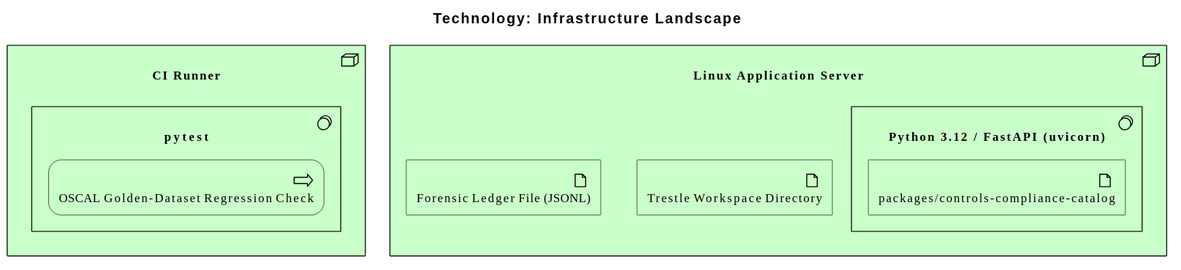
This is architecture/model/diagrams/technology/landscape.svg from wolffy-au/frictionless-architect, a PlantUML export, as it was before one commit. Source of this version:
```plantuml
@startuml
!include <archimate/Archimate>

title Technology: Infrastructure Landscape

Technology_Node(e_ida2b7d071930453, "CI Runner") {
  Technology_SystemSoftware(e_id32ef66e0cc7a59, "pytest") {
    Technology_Process(e_id2f83bc5585b95c, "OSCAL Golden-Dataset Regression Check")
  }
}
Technology_Node(e_id87c8b07cea4751, "Linux Application Server") {
  Technology_Artifact(e_id1ae7a35dbecd59, "Trestle Workspace Directory")
  Technology_Artifact(e_id100dd210f7455d, "Forensic Ledger File (JSONL)")
  Technology_SystemSoftware(e_ida1d9ee28fe8258, "Python 3.12 / FastAPI (uvicorn)") {
    Technology_Artifact(e_idfcb391a9833b5b, "packages/controls-compliance-catalog")
  }
}
@enduml
```
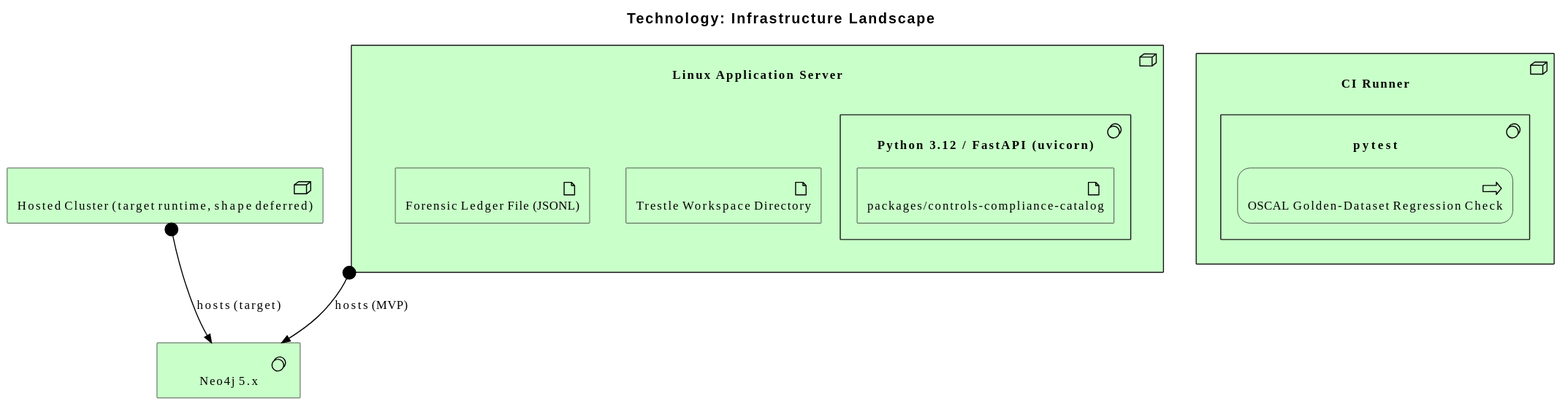
Later version of the same file.

Commit message:
feat(model): add runtime-target skeleton for local compose -> hosted cluster (#55)

Change to the diagram source:
```diff
@@ -15,4 +15,9 @@
     Technology_Artifact(e_idfcb391a9833b5b, "packages/controls-compliance-catalog")
   }
 }
+Technology_SystemSoftware(e_id625e631f1f715e, "Neo4j 5.x")
+Technology_Node(e_id77a3094245ca50, "Hosted Cluster (target runtime, shape deferred)")
+
+Rel_Assignment(e_id87c8b07cea4751, e_id625e631f1f715e, "hosts (MVP)")
+Rel_Assignment(e_id77a3094245ca50, e_id625e631f1f715e, "hosts (target)")
 @enduml
```
